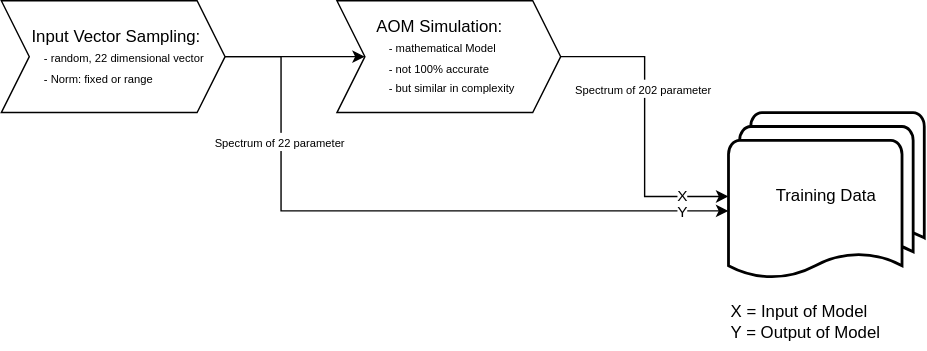
The draw.io diagram Poster/data_sampling.drawio.svg in leoforster10010/UdS_Dsaiproject25, before a commit. Source tidied: cells renumbered, new cells last; positions are measured from the earlier drawing's top-left corner, leaving out a move shared by most shapes.
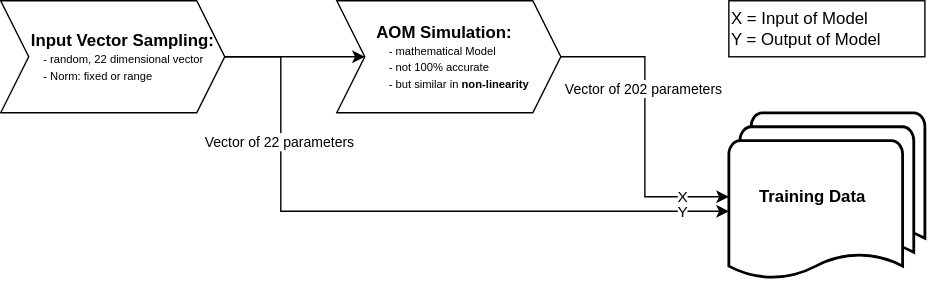
Later version of the same file.

The edit, as a diff of the source:
```diff
@@ -5,7 +5,7 @@
     <mxCell id="2" style="edgeStyle=orthogonalEdgeStyle;rounded=0;jettySize=auto;html=1;exitX=1;exitY=0.5;exitDx=0;exitDy=0;entryX=0;entryY=0.5;entryDx=0;entryDy=0;" parent="1" edge="1" source="3" target="7">
       <mxGeometry relative="1" as="geometry" />
     </mxCell>
-    <mxCell id="3" value="&amp;nbsp; &amp;nbsp; &amp;nbsp; Input Vector Sampling:&lt;div&gt;&lt;font style=&quot;font-size: 8px;&quot;&gt;&lt;span style=&quot;white-space: pre;&quot;&gt;&#9;&amp;nbsp;&lt;/span&gt;&amp;nbsp; &amp;nbsp; -&amp;nbsp;random, 22 dimensional vector&lt;/font&gt;&lt;br&gt;&lt;/div&gt;&lt;div&gt;&lt;font style=&quot;font-size: 8px;&quot;&gt;&lt;span style=&quot;white-space: pre;&quot;&gt;&#9;&lt;/span&gt;&amp;nbsp; &amp;nbsp; &amp;nbsp;- Norm: fixed or range&lt;br&gt;&lt;/font&gt;&lt;/div&gt;" style="shape=step;perimeter=stepPerimeter;whiteSpace=wrap;html=1;fixedSize=1;size=20;align=left;" parent="1" vertex="1">
+    <mxCell id="3" value="&lt;div style=&quot;line-height: 100%;&quot;&gt;&lt;b&gt;&amp;nbsp; &amp;nbsp; &amp;nbsp; Input Vector Sampling:&lt;/b&gt;&lt;div&gt;&lt;font style=&quot;font-size: 8px; line-height: 100%;&quot;&gt;&lt;span style=&quot;white-space: pre;&quot;&gt;&#9;&amp;nbsp;&lt;/span&gt;&amp;nbsp; &amp;nbsp; -&amp;nbsp;random, 22 dimensional vector&lt;/font&gt;&lt;br&gt;&lt;/div&gt;&lt;div&gt;&lt;font style=&quot;font-size: 8px; line-height: 100%;&quot;&gt;&lt;span style=&quot;white-space: pre;&quot;&gt;&#9;&lt;/span&gt;&amp;nbsp; &amp;nbsp; &amp;nbsp;- Norm: fixed or range&lt;/font&gt;&lt;/div&gt;&lt;/div&gt;" style="shape=step;perimeter=stepPerimeter;whiteSpace=wrap;html=1;fixedSize=1;size=20;align=left;" parent="1" vertex="1">
       <mxGeometry width="160" height="80" as="geometry" />
     </mxCell>
     <mxCell id="4" style="edgeStyle=orthogonalEdgeStyle;rounded=0;jettySize=auto;html=1;exitX=1;exitY=0.5;exitDx=0;exitDy=0;" parent="1" edge="1" source="7" target="8">
@@ -14,13 +14,13 @@
     <mxCell id="5" value="X" style="edgeLabel;html=1;align=center;verticalAlign=middle;" parent="4" vertex="1">
       <mxGeometry x="0.7" relative="1" as="geometry" />
     </mxCell>
-    <mxCell id="6" value="&lt;span style=&quot;font-size: 8px;&quot;&gt;Spectrum of 202 parameter&lt;/span&gt;" style="edgeLabel;html=1;align=center;verticalAlign=middle;" parent="4" vertex="1">
+    <mxCell id="6" value="&lt;font style=&quot;font-size: 10px;&quot;&gt;Vector of 202 parameters&lt;/font&gt;" style="edgeLabel;html=1;align=center;verticalAlign=middle;" parent="4" vertex="1">
       <mxGeometry x="-0.25" y="-1" relative="1" as="geometry" />
     </mxCell>
-    <mxCell id="7" value="&lt;span style=&quot;white-space: pre;&quot;&gt;&#9;&lt;/span&gt;AOM Simulation:&lt;div&gt;&lt;font style=&quot;font-size: 8px;&quot;&gt;&lt;span style=&quot;white-space: pre;&quot;&gt;&#9;&lt;span style=&quot;white-space: pre;&quot;&gt;&#9;&lt;/span&gt;&lt;/span&gt;- mathematical Model&lt;/font&gt;&lt;br&gt;&lt;/div&gt;&lt;div&gt;&lt;font style=&quot;font-size: 8px;&quot;&gt;&lt;span style=&quot;white-space: pre;&quot;&gt;&#9;&lt;/span&gt;&lt;span style=&quot;white-space: pre;&quot;&gt;&#9;&lt;/span&gt;- not 100% accurate&lt;br&gt;&lt;/font&gt;&lt;/div&gt;&lt;div&gt;&lt;font style=&quot;font-size: 8px;&quot;&gt;&lt;span style=&quot;white-space: pre;&quot;&gt;&#9;&lt;/span&gt;&lt;span style=&quot;white-space: pre;&quot;&gt;&#9;&lt;/span&gt;- but similar in complexity&amp;nbsp;&lt;br&gt;&lt;/font&gt;&lt;/div&gt;" style="shape=step;perimeter=stepPerimeter;whiteSpace=wrap;html=1;fixedSize=1;size=20;align=left;" parent="1" vertex="1">
+    <mxCell id="7" value="&lt;div style=&quot;line-height: 100%;&quot;&gt;&lt;b&gt;&lt;span style=&quot;white-space: pre;&quot;&gt;&#9;&lt;/span&gt;AOM Simulation:&lt;/b&gt;&lt;div&gt;&lt;font style=&quot;font-size: 8px; line-height: 100%;&quot;&gt;&lt;span style=&quot;white-space: pre;&quot;&gt;&#9;&lt;span style=&quot;white-space: pre;&quot;&gt;&#9;&lt;/span&gt;&lt;/span&gt;- mathematical Model&lt;/font&gt;&lt;br&gt;&lt;/div&gt;&lt;div&gt;&lt;font style=&quot;font-size: 8px; line-height: 100%;&quot;&gt;&lt;span style=&quot;white-space: pre;&quot;&gt;&#9;&lt;/span&gt;&lt;span style=&quot;white-space: pre;&quot;&gt;&#9;&lt;/span&gt;- not 100% accurate&lt;br&gt;&lt;/font&gt;&lt;/div&gt;&lt;div&gt;&lt;font style=&quot;font-size: 8px; line-height: 100%;&quot;&gt;&lt;span style=&quot;white-space: pre;&quot;&gt;&#9;&lt;/span&gt;&lt;span style=&quot;white-space: pre;&quot;&gt;&#9;&lt;/span&gt;- but similar in &lt;b&gt;non-linearity&lt;/b&gt;&lt;/font&gt;&lt;/div&gt;&lt;/div&gt;" style="shape=step;perimeter=stepPerimeter;whiteSpace=wrap;html=1;fixedSize=1;size=20;align=left;" parent="1" vertex="1">
       <mxGeometry x="240" width="160" height="80" as="geometry" />
     </mxCell>
-    <mxCell id="8" value="Training Data" style="strokeWidth=2;html=1;shape=mxgraph.flowchart.multi-document;whiteSpace=wrap;" parent="1" vertex="1">
+    <mxCell id="8" value="&lt;b&gt;Training Data&amp;nbsp; &amp;nbsp; &amp;nbsp;&amp;nbsp;&lt;/b&gt;" style="strokeWidth=2;html=1;shape=mxgraph.flowchart.multi-document;whiteSpace=wrap;align=center;" parent="1" vertex="1">
       <mxGeometry x="520" y="80" width="140" height="120" as="geometry" />
     </mxCell>
     <mxCell id="9" style="edgeStyle=orthogonalEdgeStyle;rounded=0;jettySize=auto;html=1;exitX=1;exitY=0.5;exitDx=0;exitDy=0;entryX=0;entryY=0.586;entryDx=0;entryDy=0;entryPerimeter=0;" parent="1" edge="1" source="3" target="8">
@@ -34,13 +34,13 @@
     <mxCell id="10" value="Y" style="edgeLabel;html=1;align=center;verticalAlign=middle;" parent="9" vertex="1">
       <mxGeometry x="0.86" relative="1" as="geometry" />
     </mxCell>
-    <mxCell id="11" value="&lt;font style=&quot;font-size: 8px;&quot;&gt;Spectrum of 22 parameter&lt;/font&gt;" style="edgeLabel;html=1;align=center;verticalAlign=middle;" parent="9" vertex="1">
+    <mxCell id="11" value="&lt;font style=&quot;font-size: 10px;&quot;&gt;Vector of 22 parameters&lt;/font&gt;" style="edgeLabel;html=1;align=center;verticalAlign=middle;" parent="9" vertex="1">
       <mxGeometry x="-0.53" y="-1" relative="1" as="geometry">
         <mxPoint y="-10" as="offset" />
       </mxGeometry>
     </mxCell>
-    <mxCell id="12" value="X = Input of Model&lt;br&gt;Y = Output of Model" style="text;html=1;align=left;verticalAlign=middle;strokeColor=none;fillColor=none;" parent="1" vertex="1">
-      <mxGeometry x="520" y="210" width="130" height="40" as="geometry" />
+    <mxCell id="12" value="X = Input of Model&lt;br&gt;Y = Output of Model&amp;nbsp; &amp;nbsp;" style="text;html=1;align=left;verticalAlign=middle;strokeColor=default;fillColor=none;" parent="1" vertex="1">
+      <mxGeometry x="520" width="140" height="40" as="geometry" />
     </mxCell>
   </root>
 </mxGraphModel>
```
